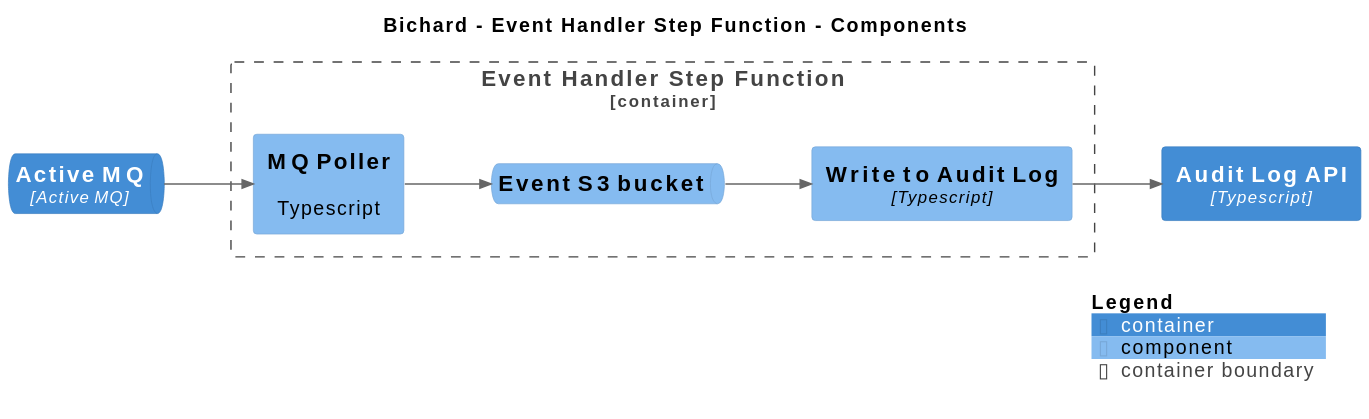
ministryofjustice/bichard7-next-core keeps this PlantUML diagram as main/svg/Component-003.svg. Above is the earlier version. Its source is kept beside it as main/puml/Component-003.puml.
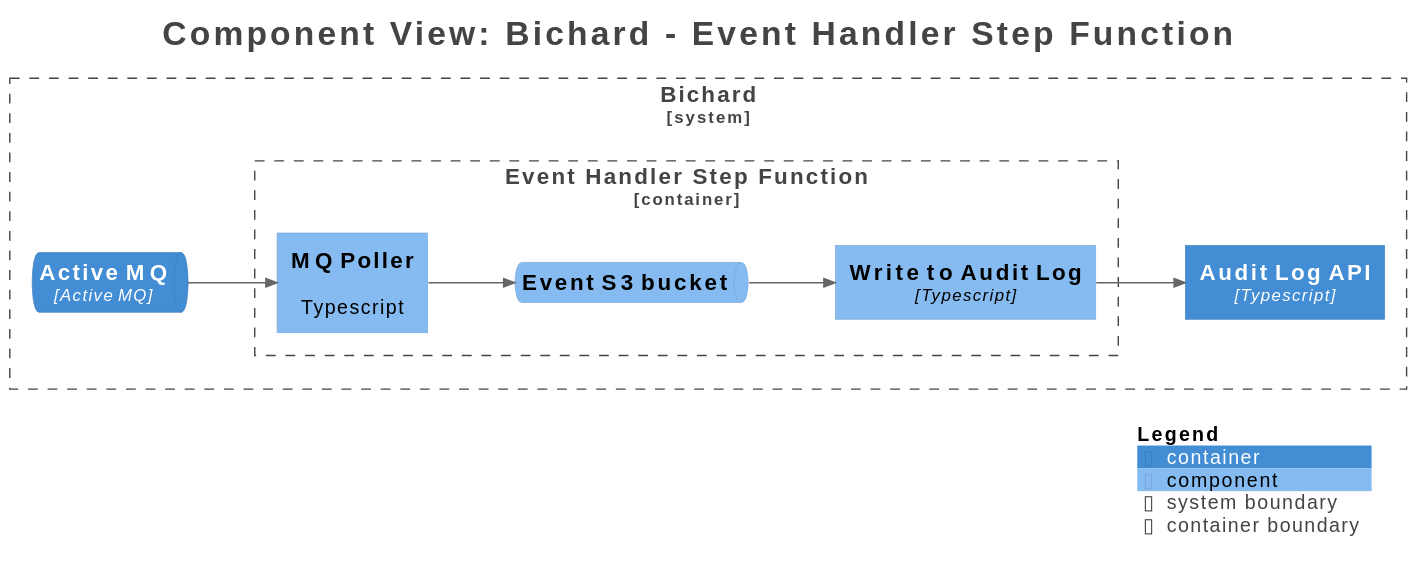
Above is the later version.

What changed in the source:
```diff
@@ -1,21 +1,30 @@
 @startuml
+title <size:24>Component View: Bichard - Event Handler Step Function</size>
+
 set separator none
-title Bichard - Event Handler Step Function - Components
+left to right direction
 
-left to right direction
+<style>
+  root {
+    BackgroundColor: #ffffff
+    FontColor: #444444
+  }
+</style>
 
 !include <C4/C4>
 !include <C4/C4_Context>
 !include <C4/C4_Container>
 !include <C4/C4_Component>
 
-ContainerQueue(Bichard.ActiveMQ, "Active MQ", $techn="Active MQ", $descr="", $tags="", $link="")
-Container(Bichard.AuditLogAPI, "Audit Log API", $techn="Typescript", $descr="", $tags="", $link="")
+System_Boundary("Bichard_boundary", "Bichard", $tags="") {
+  Container_Boundary("Bichard.EventHandlerStepFunction_boundary", "Event Handler Step Function", $tags="") {
+    Component(Bichard.EventHandlerStepFunction.MQPoller, "MQ Poller", $techn="", $descr="Typescript", $tags="", $link="")
+    ComponentQueue(Bichard.EventHandlerStepFunction.EventS3bucket, "Event S3 bucket", $techn="", $descr="", $tags="", $link="")
+    Component(Bichard.EventHandlerStepFunction.WritetoAuditLog, "Write to Audit Log", $techn="Typescript", $descr="", $tags="", $link="")
+  }
 
-Container_Boundary("Bichard.EventHandlerStepFunction_boundary", "Event Handler Step Function", $tags="") {
-  Component(Bichard.EventHandlerStepFunction.MQPoller, "MQ Poller", $techn="", $descr="Typescript", $tags="", $link="")
-  ComponentQueue(Bichard.EventHandlerStepFunction.EventS3bucket, "Event S3 bucket", $techn="", $descr="", $tags="", $link="")
-  Component(Bichard.EventHandlerStepFunction.WritetoAuditLog, "Write to Audit Log", $techn="Typescript", $descr="", $tags="", $link="")
+  ContainerQueue(Bichard.ActiveMQ, "Active MQ", $techn="Active MQ", $descr="", $tags="", $link="")
+  Container(Bichard.AuditLogAPI, "Audit Log API", $techn="Typescript", $descr="", $tags="", $link="")
 }
 
 Rel(Bichard.ActiveMQ, Bichard.EventHandlerStepFunction.MQPoller, "", $techn="", $tags="", $link="")
@@ -24,4 +33,5 @@
 Rel(Bichard.EventHandlerStepFunction.WritetoAuditLog, Bichard.AuditLogAPI, "", $techn="", $tags="", $link="")
 
 SHOW_LEGEND(true)
+hide stereotypes
 @enduml
```
